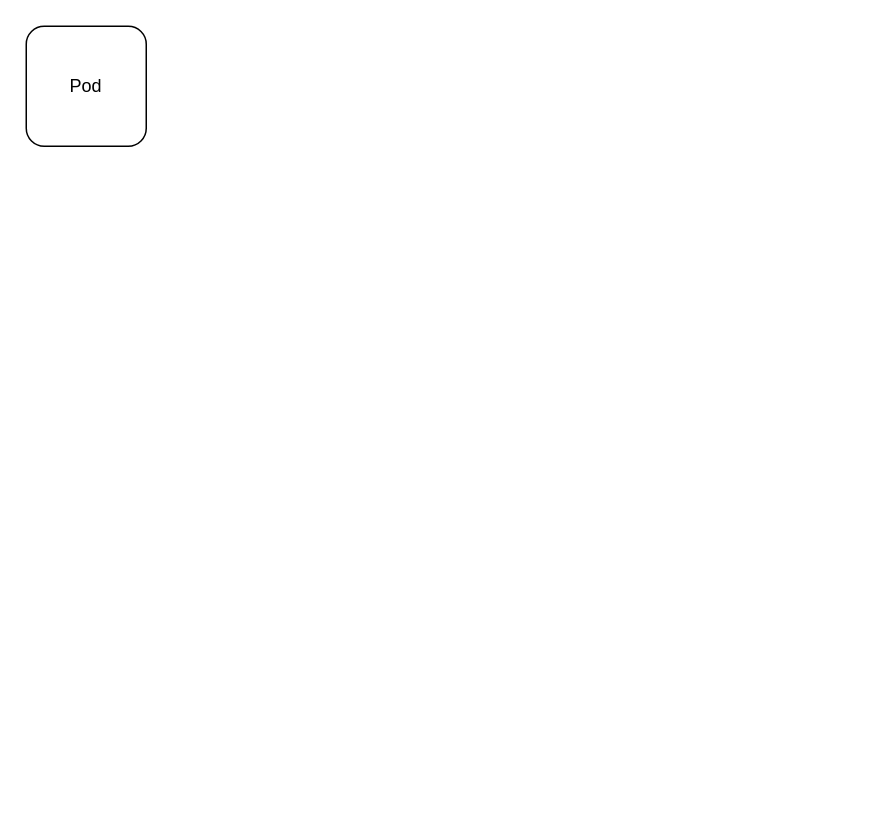
Before: docs/testnet-k8s-design.drawio in classic-terra/terra-operator, a draw.io diagram. Source tidied: cells renumbered, new cells numbered last; positions are measured from the earlier drawing's top-left corner, leaving out a move shared by most shapes. Both pictures are drawn from the tidied source at 150%, with x=0, y=0 at pixel (26, 26).
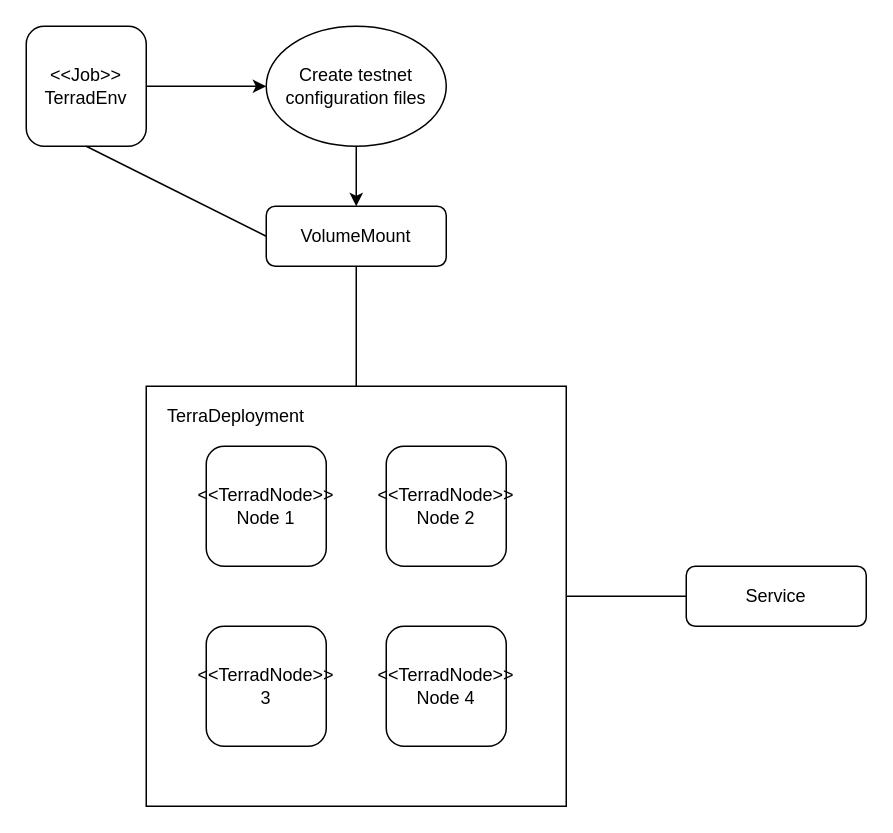
After the change.

Commit message (it also covers changes not shown here):
conceptualize testnet design

Diff of the diagram source:
```diff
@@
 <mxGraphModel>
   <root>
     <mxCell id="0" />
     <mxCell id="1" parent="0" />
+    <mxCell id="3" style="rounded=0;whiteSpace=wrap;html=1;" parent="1" vertex="1">
+      <mxGeometry x="80" y="240" width="280" height="280" as="geometry" />
+    </mxCell>
+    <mxCell id="4" style="edgeStyle=orthogonalEdgeStyle;rounded=0;jettySize=auto;html=1;exitX=1;exitY=0.5;exitDx=0;exitDy=0;entryX=0;entryY=0.5;entryDx=0;entryDy=0;" parent="1" edge="1" source="2" target="9">
+      <mxGeometry relative="1" as="geometry" />
+    </mxCell>
-    <mxCell id="2" value="Pod" style="rounded=1;whiteSpace=wrap;html=1;" parent="1" vertex="1">
+    <mxCell id="2" value="&amp;lt;&amp;lt;Job&amp;gt;&amp;gt;&lt;br&gt;TerradEnv" style="rounded=1;whiteSpace=wrap;html=1;" parent="1" vertex="1">
       <mxGeometry width="80" height="80" as="geometry" />
     </mxCell>
+    <mxCell id="5" value="&amp;lt;&amp;lt;TerradNode&amp;gt;&amp;gt;&lt;br&gt;Node 2" style="rounded=1;whiteSpace=wrap;html=1;" parent="1" vertex="1">
+      <mxGeometry x="240" y="280" width="80" height="80" as="geometry" />
+    </mxCell>
+    <mxCell id="6" value="&amp;lt;&amp;lt;TerradNode&amp;gt;&amp;gt; 3" style="rounded=1;whiteSpace=wrap;html=1;" parent="1" vertex="1">
+      <mxGeometry x="120" y="400" width="80" height="80" as="geometry" />
+    </mxCell>
+    <mxCell id="7" value="&amp;lt;&amp;lt;TerradNode&amp;gt;&amp;gt;&lt;br&gt;Node 4" style="rounded=1;whiteSpace=wrap;html=1;" parent="1" vertex="1">
+      <mxGeometry x="240" y="400" width="80" height="80" as="geometry" />
+    </mxCell>
+    <mxCell id="8" style="edgeStyle=orthogonalEdgeStyle;rounded=0;jettySize=auto;html=1;exitX=0.5;exitY=1;exitDx=0;exitDy=0;entryX=0.5;entryY=0;entryDx=0;entryDy=0;" parent="1" edge="1" source="9" target="10">
+      <mxGeometry relative="1" as="geometry" />
+    </mxCell>
+    <mxCell id="9" value="Create testnet configuration files" style="ellipse;whiteSpace=wrap;html=1;" parent="1" vertex="1">
+      <mxGeometry x="160" width="120" height="80" as="geometry" />
+    </mxCell>
+    <mxCell id="10" value="VolumeMount" style="rounded=1;whiteSpace=wrap;html=1;" parent="1" vertex="1">
+      <mxGeometry x="160" y="120" width="120" height="40" as="geometry" />
+    </mxCell>
+    <mxCell id="11" value="&amp;lt;&amp;lt;TerradNode&amp;gt;&amp;gt;&lt;br&gt;Node 1" style="rounded=1;whiteSpace=wrap;html=1;" parent="1" vertex="1">
+      <mxGeometry x="120" y="280" width="80" height="80" as="geometry" />
+    </mxCell>
+    <mxCell id="12" value="TerraDeployment" style="text;html=1;strokeColor=none;fillColor=none;align=center;verticalAlign=middle;whiteSpace=wrap;rounded=0;" parent="1" vertex="1">
+      <mxGeometry x="80" y="240" width="120" height="40" as="geometry" />
+    </mxCell>
+    <mxCell id="13" value="Service" style="rounded=1;whiteSpace=wrap;html=1;" parent="1" vertex="1">
+      <mxGeometry x="440" y="360" width="120" height="40" as="geometry" />
+    </mxCell>
+    <mxCell id="14" style="endArrow=none;html=1;rounded=0;exitX=0.5;exitY=1;exitDx=0;exitDy=0;entryX=0;entryY=0.5;entryDx=0;entryDy=0;" parent="1" edge="1" source="2" target="10">
+      <mxGeometry relative="1" as="geometry" />
+    </mxCell>
+    <mxCell id="15" style="endArrow=none;html=1;rounded=0;exitX=0.5;exitY=1;exitDx=0;exitDy=0;entryX=0.5;entryY=0;entryDx=0;entryDy=0;" parent="1" edge="1" source="10" target="3">
+      <mxGeometry relative="1" as="geometry" />
+    </mxCell>
+    <mxCell id="16" style="endArrow=none;html=1;rounded=0;exitX=1;exitY=0.5;exitDx=0;exitDy=0;entryX=0;entryY=0.5;entryDx=0;entryDy=0;" parent="1" edge="1" source="3" target="13">
+      <mxGeometry relative="1" as="geometry" />
+    </mxCell>
   </root>
 </mxGraphModel>
```
